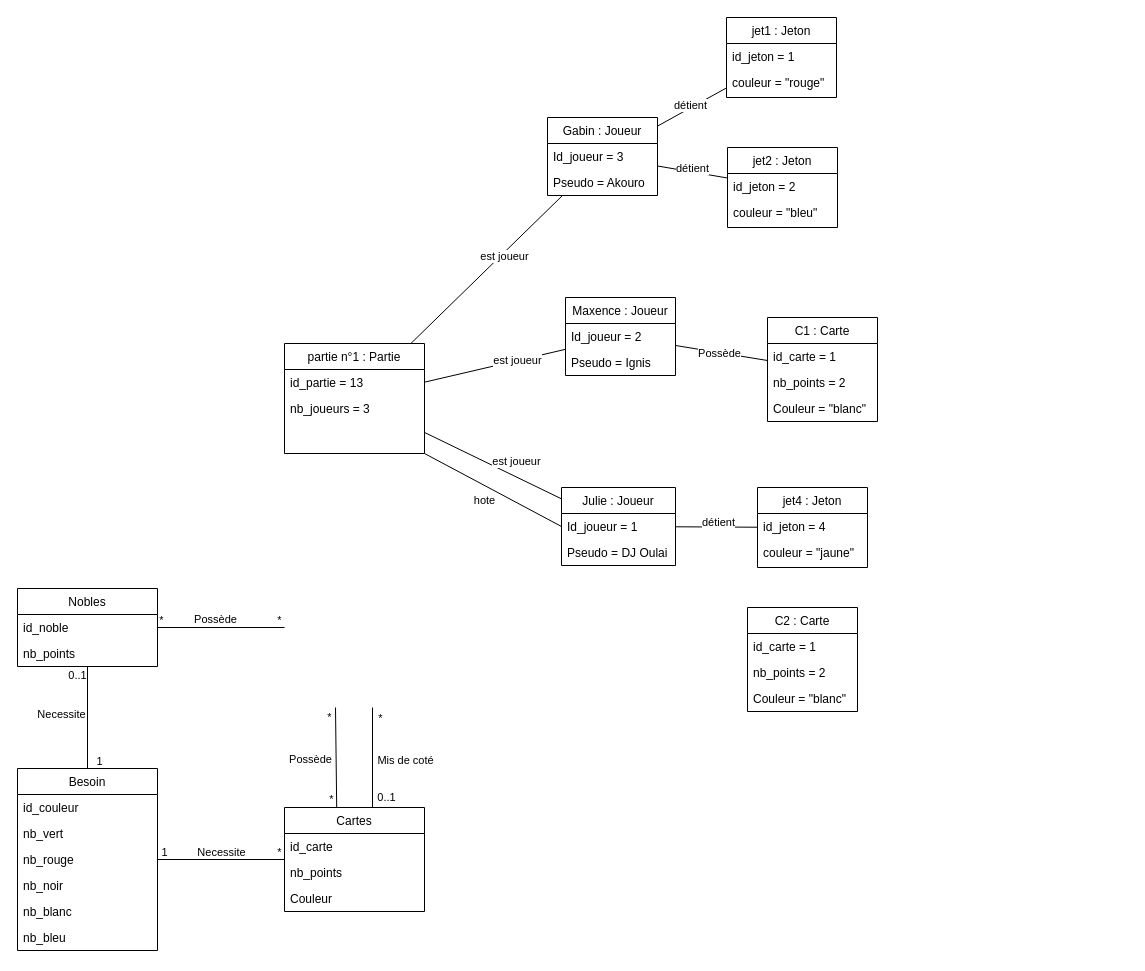
Above: Diagrammes/Diagramme objet.drawio in Igniiis/projet_splendor (draw.io), before the change. Source tidied: cells renumbered, new cells numbered last; positions are measured from the earlier drawing's top-left corner, leaving out a move shared by most shapes. Both pictures are drawn from the tidied source at 100%, with x=0, y=0 at pixel (17, 17).
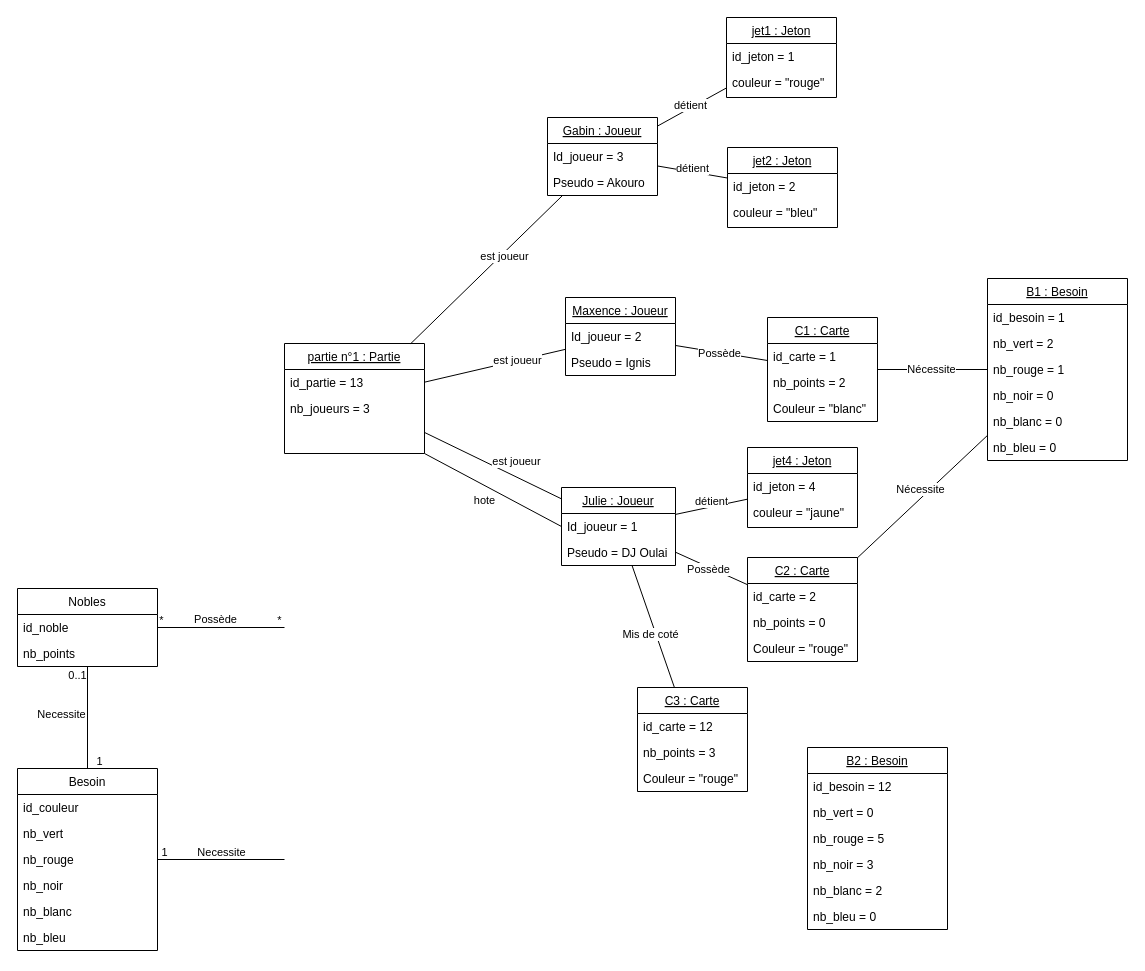
Above is the later version.

Commit message (it also covers changes not shown here):
Mettre à jour Diagramme objet.drawio

The change refers to these unchanged cells:
```xml
<mxCell id="28" value="Besoin" style="swimlane;fontStyle=0;align=center;verticalAlign=top;horizontal=1;startSize=26;rounded=0;shadow=0;strokeWidth=1;" parent="1" vertex="1">
  <mxGeometry y="751" width="140" height="182" as="geometry" />
</mxCell>
```

Change to the diagram source:
```diff
@@
-    <mxCell id="2" value="Cartes" style="swimlane;fontStyle=0;align=center;verticalAlign=top;horizontal=1;startSize=26;rounded=0;shadow=0;strokeWidth=1;" parent="1" vertex="1">
-      <mxGeometry x="267" y="790" width="140" height="104" as="geometry" />
-    </mxCell>
-    <mxCell id="3" value="id_carte" style="text;align=left;verticalAlign=top;spacingLeft=4;spacingRight=4;overflow=hidden;" parent="2" vertex="1">
-      <mxGeometry y="26" width="140" height="26" as="geometry" />
-    </mxCell>
-    <mxCell id="4" value="nb_points" style="text;align=left;verticalAlign=top;spacingLeft=4;spacingRight=4;overflow=hidden;" parent="2" vertex="1">
-      <mxGeometry y="52" width="140" height="26" as="geometry" />
-    </mxCell>
-    <mxCell id="5" value="Couleur" style="text;align=left;verticalAlign=top;spacingLeft=4;spacingRight=4;overflow=hidden;" parent="2" vertex="1">
-      <mxGeometry y="78" width="140" height="26" as="geometry" />
-    </mxCell>
-    <mxCell id="6" style="endArrow=none;html=1;rounded=0;" parent="1" edge="1">
-      <mxGeometry relative="1" as="geometry">
-        <mxPoint x="319.2" y="790" as="sourcePoint" />
-        <mxPoint x="318" y="690" as="targetPoint" />
-      </mxGeometry>
-    </mxCell>
-    <mxCell id="7" value="Possède" style="edgeLabel;html=1;align=center;verticalAlign=middle;" parent="6" vertex="1">
-      <mxGeometry x="0.11" y="2" relative="1" as="geometry">
-        <mxPoint x="-24" y="7" as="offset" />
-      </mxGeometry>
-    </mxCell>
-    <mxCell id="8" value="*" style="edgeLabel;html=1;align=center;verticalAlign=middle;" parent="6" vertex="1">
-      <mxGeometry x="0.89" y="1" relative="1" as="geometry">
-        <mxPoint x="-6" y="4" as="offset" />
-      </mxGeometry>
-    </mxCell>
-    <mxCell id="9" value="*" style="edgeLabel;html=1;align=center;verticalAlign=middle;" parent="6" vertex="1">
-      <mxGeometry x="-0.81" y="-3" relative="1" as="geometry">
-        <mxPoint x="-9" y="2" as="offset" />
-      </mxGeometry>
-    </mxCell>
-    <mxCell id="10" style="endArrow=none;html=1;rounded=0;" parent="1" edge="1">
-      <mxGeometry relative="1" as="geometry">
-        <mxPoint x="355" y="790" as="sourcePoint" />
-        <mxPoint x="355" y="690" as="targetPoint" />
-      </mxGeometry>
-    </mxCell>
-    <mxCell id="11" value="Mis de coté" style="edgeLabel;html=1;align=center;verticalAlign=middle;" parent="10" vertex="1">
-      <mxGeometry x="0.11" y="2" relative="1" as="geometry">
-        <mxPoint x="34" y="8" as="offset" />
-      </mxGeometry>
-    </mxCell>
-    <mxCell id="12" value="0..1" style="edgeLabel;html=1;align=center;verticalAlign=middle;" parent="10" vertex="1">
-      <mxGeometry x="0.75" relative="1" as="geometry">
-        <mxPoint x="13" y="77" as="offset" />
-      </mxGeometry>
-    </mxCell>
-    <mxCell id="13" value="*" style="edgeLabel;html=1;align=center;verticalAlign=middle;" parent="10" vertex="1">
-      <mxGeometry x="0.78" relative="1" as="geometry">
-        <mxPoint x="7" y="-1" as="offset" />
-      </mxGeometry>
-    </mxCell>
@@
-    <mxCell id="16" value="partie n°1 : Partie" style="swimlane;fontStyle=0;align=center;verticalAlign=top;horizontal=1;startSize=26;rounded=0;shadow=0;strokeWidth=1;" parent="1" vertex="1">
+    <mxCell id="16" value="partie n°1 : Partie" style="swimlane;fontStyle=4;align=center;verticalAlign=top;horizontal=1;startSize=26;rounded=0;shadow=0;strokeWidth=1;" parent="1" vertex="1">
       <mxGeometry x="267" y="326" width="140" height="110" as="geometry" />
     </mxCell>
@@
-    <mxCell id="39" style="endArrow=none;html=1;rounded=0;" parent="1" edge="1" source="2" target="28">
-      <mxGeometry relative="1" as="geometry" />
+    <mxCell id="39" style="endArrow=none;html=1;rounded=0;" parent="1" edge="1" target="28">
+      <mxGeometry relative="1" as="geometry">
+        <mxPoint x="267" y="842" as="sourcePoint" />
+      </mxGeometry>
     </mxCell>
@@
-    <mxCell id="42" value="*" style="edgeLabel;html=1;align=center;verticalAlign=middle;" parent="39" vertex="1">
-      <mxGeometry x="-0.81" y="-3" relative="1" as="geometry">
-        <mxPoint x="6" y="-5" as="offset" />
-      </mxGeometry>
-    </mxCell>
-    <mxCell id="43" value="Gabin : Joueur" style="swimlane;fontStyle=0;align=center;verticalAlign=top;horizontal=1;startSize=26;rounded=0;shadow=0;strokeWidth=1;" parent="1" vertex="1">
+    <mxCell id="43" value="Gabin : Joueur" style="swimlane;fontStyle=4;align=center;verticalAlign=top;horizontal=1;startSize=26;rounded=0;shadow=0;strokeWidth=1;" parent="1" vertex="1">
       <mxGeometry x="530" y="100" width="110" height="78" as="geometry" />
     </mxCell>
@@
-    <mxCell id="46" value="Maxence : Joueur" style="swimlane;fontStyle=0;align=center;verticalAlign=top;horizontal=1;startSize=26;rounded=0;shadow=0;strokeWidth=1;" parent="1" vertex="1">
+    <mxCell id="46" value="Maxence : Joueur" style="swimlane;fontStyle=4;align=center;verticalAlign=top;horizontal=1;startSize=26;rounded=0;shadow=0;strokeWidth=1;" parent="1" vertex="1">
       <mxGeometry x="548" y="280" width="110" height="78" as="geometry" />
     </mxCell>
@@
-    <mxCell id="49" value="Julie : Joueur" style="swimlane;fontStyle=0;align=center;verticalAlign=top;horizontal=1;startSize=26;rounded=0;shadow=0;strokeWidth=1;" parent="1" vertex="1">
+    <mxCell id="49" value="Julie : Joueur" style="swimlane;fontStyle=4;align=center;verticalAlign=top;horizontal=1;startSize=26;rounded=0;shadow=0;strokeWidth=1;" parent="1" vertex="1">
       <mxGeometry x="544" y="470" width="114" height="78" as="geometry" />
     </mxCell>
@@
-    <mxCell id="56" value="jet1 : Jeton" style="swimlane;fontStyle=0;align=center;verticalAlign=top;horizontal=1;startSize=26;rounded=0;shadow=0;strokeWidth=1;" parent="1" vertex="1">
+    <mxCell id="56" value="jet1 : Jeton" style="swimlane;fontStyle=4;align=center;verticalAlign=top;horizontal=1;startSize=26;rounded=0;shadow=0;strokeWidth=1;" parent="1" vertex="1">
       <mxGeometry x="709" width="110" height="80" as="geometry" />
     </mxCell>
@@
-    <mxCell id="59" value="jet2 : Jeton" style="swimlane;fontStyle=0;align=center;verticalAlign=top;horizontal=1;startSize=26;rounded=0;shadow=0;strokeWidth=1;" parent="1" vertex="1">
+    <mxCell id="59" value="jet2 : Jeton" style="swimlane;fontStyle=4;align=center;verticalAlign=top;horizontal=1;startSize=26;rounded=0;shadow=0;strokeWidth=1;" parent="1" vertex="1">
       <mxGeometry x="710" y="130" width="110" height="80" as="geometry" />
     </mxCell>
@@
-    <mxCell id="66" value="jet4 : Jeton" style="swimlane;fontStyle=0;align=center;verticalAlign=top;horizontal=1;startSize=26;rounded=0;shadow=0;strokeWidth=1;" parent="1" vertex="1">
-      <mxGeometry x="740" y="470" width="110" height="80" as="geometry" />
+    <mxCell id="66" value="jet4 : Jeton" style="swimlane;fontStyle=4;align=center;verticalAlign=top;horizontal=1;startSize=26;rounded=0;shadow=0;strokeWidth=1;" parent="1" vertex="1">
+      <mxGeometry x="730" y="430" width="110" height="80" as="geometry" />
     </mxCell>
@@
-    <mxCell id="71" value="C1 : Carte" style="swimlane;fontStyle=0;align=center;verticalAlign=top;horizontal=1;startSize=26;rounded=0;shadow=0;strokeWidth=1;" parent="1" vertex="1">
+    <mxCell id="71" value="C1 : Carte" style="swimlane;fontStyle=4;align=center;verticalAlign=top;horizontal=1;startSize=26;rounded=0;shadow=0;strokeWidth=1;" parent="1" vertex="1">
       <mxGeometry x="750" y="300" width="110" height="104" as="geometry" />
     </mxCell>
@@
-    <mxCell id="77" value="C2 : Carte" style="swimlane;fontStyle=0;align=center;verticalAlign=top;horizontal=1;startSize=26;rounded=0;shadow=0;strokeWidth=1;" parent="1" vertex="1">
-      <mxGeometry x="730" y="590" width="110" height="104" as="geometry" />
+    <mxCell id="77" value="C2 : Carte" style="swimlane;fontStyle=4;align=center;verticalAlign=top;horizontal=1;startSize=26;rounded=0;shadow=0;strokeWidth=1;" parent="1" vertex="1">
+      <mxGeometry x="730" y="540" width="110" height="104" as="geometry" />
     </mxCell>
-    <mxCell id="78" value="id_carte = 1" style="text;align=left;verticalAlign=top;spacingLeft=4;spacingRight=4;overflow=hidden;" parent="77" vertex="1">
+    <mxCell id="78" value="id_carte = 2" style="text;align=left;verticalAlign=top;spacingLeft=4;spacingRight=4;overflow=hidden;" parent="77" vertex="1">
       <mxGeometry y="26" width="110" height="26" as="geometry" />
     </mxCell>
-    <mxCell id="79" value="nb_points = 2" style="text;align=left;verticalAlign=top;spacingLeft=4;spacingRight=4;overflow=hidden;" parent="77" vertex="1">
+    <mxCell id="79" value="nb_points = 0" style="text;align=left;verticalAlign=top;spacingLeft=4;spacingRight=4;overflow=hidden;" parent="77" vertex="1">
       <mxGeometry y="52" width="110" height="26" as="geometry" />
     </mxCell>
-    <mxCell id="80" value="Couleur = &quot;blanc&quot;" style="text;align=left;verticalAlign=top;spacingLeft=4;spacingRight=4;overflow=hidden;" parent="77" vertex="1">
+    <mxCell id="80" value="Couleur = &quot;rouge&quot;" style="text;align=left;verticalAlign=top;spacingLeft=4;spacingRight=4;overflow=hidden;" parent="77" vertex="1">
       <mxGeometry y="78" width="110" height="26" as="geometry" />
     </mxCell>
+    <mxCell id="81" style="endArrow=none;html=1;rounded=0;" parent="1" edge="1" source="49" target="77">
+      <mxGeometry relative="1" as="geometry" />
+    </mxCell>
+    <mxCell id="7" value="Possède" style="edgeLabel;html=1;align=center;verticalAlign=middle;" parent="81" vertex="1">
+      <mxGeometry x="0.11" y="2" relative="1" as="geometry">
+        <mxPoint x="-8" y="1" as="offset" />
+      </mxGeometry>
+    </mxCell>
+    <mxCell id="82" value="C3 : Carte" style="swimlane;fontStyle=4;align=center;verticalAlign=top;horizontal=1;startSize=26;rounded=0;shadow=0;strokeWidth=1;" parent="1" vertex="1">
+      <mxGeometry x="620" y="670" width="110" height="104" as="geometry" />
+    </mxCell>
+    <mxCell id="83" value="id_carte = 12" style="text;align=left;verticalAlign=top;spacingLeft=4;spacingRight=4;overflow=hidden;" parent="82" vertex="1">
+      <mxGeometry y="26" width="110" height="26" as="geometry" />
+    </mxCell>
+    <mxCell id="84" value="nb_points = 3" style="text;align=left;verticalAlign=top;spacingLeft=4;spacingRight=4;overflow=hidden;" parent="82" vertex="1">
+      <mxGeometry y="52" width="110" height="26" as="geometry" />
+    </mxCell>
+    <mxCell id="85" value="Couleur = &quot;rouge&quot;" style="text;align=left;verticalAlign=top;spacingLeft=4;spacingRight=4;overflow=hidden;" parent="82" vertex="1">
+      <mxGeometry y="78" width="110" height="26" as="geometry" />
+    </mxCell>
+    <mxCell id="86" style="endArrow=none;html=1;rounded=0;" parent="1" edge="1" source="49" target="82">
+      <mxGeometry relative="1" as="geometry" />
+    </mxCell>
+    <mxCell id="11" value="Mis de coté" style="edgeLabel;html=1;align=center;verticalAlign=middle;" parent="86" vertex="1">
+      <mxGeometry x="0.11" y="2" relative="1" as="geometry">
+        <mxPoint x="-8" y="1" as="offset" />
+      </mxGeometry>
+    </mxCell>
+    <mxCell id="87" value="B1 : Besoin" style="swimlane;fontStyle=4;align=center;verticalAlign=top;horizontal=1;startSize=26;rounded=0;shadow=0;strokeWidth=1;" parent="1" vertex="1">
+      <mxGeometry x="970" y="261" width="140" height="182" as="geometry" />
+    </mxCell>
+    <mxCell id="88" value="id_besoin = 1" style="text;align=left;verticalAlign=top;spacingLeft=4;spacingRight=4;overflow=hidden;" parent="87" vertex="1">
+      <mxGeometry y="26" width="140" height="26" as="geometry" />
+    </mxCell>
+    <mxCell id="89" value="nb_vert = 2" style="text;align=left;verticalAlign=top;spacingLeft=4;spacingRight=4;overflow=hidden;" parent="87" vertex="1">
+      <mxGeometry y="52" width="140" height="26" as="geometry" />
+    </mxCell>
+    <mxCell id="90" value="nb_rouge = 1" style="text;align=left;verticalAlign=top;spacingLeft=4;spacingRight=4;overflow=hidden;" parent="87" vertex="1">
+      <mxGeometry y="78" width="140" height="26" as="geometry" />
+    </mxCell>
+    <mxCell id="91" value="nb_noir = 0" style="text;align=left;verticalAlign=top;spacingLeft=4;spacingRight=4;overflow=hidden;" parent="87" vertex="1">
+      <mxGeometry y="104" width="140" height="26" as="geometry" />
+    </mxCell>
+    <mxCell id="92" value="nb_blanc = 0" style="text;align=left;verticalAlign=top;spacingLeft=4;spacingRight=4;overflow=hidden;" parent="87" vertex="1">
+      <mxGeometry y="130" width="140" height="26" as="geometry" />
+    </mxCell>
+    <mxCell id="93" value="nb_bleu = 0" style="text;align=left;verticalAlign=top;spacingLeft=4;spacingRight=4;overflow=hidden;" parent="87" vertex="1">
+      <mxGeometry y="156" width="140" height="26" as="geometry" />
+    </mxCell>
+    <mxCell id="94" style="endArrow=none;html=1;rounded=0;" parent="1" edge="1" source="71" target="87">
+      <mxGeometry relative="1" as="geometry" />
+    </mxCell>
+    <mxCell id="95" value="Nécessite" style="edgeLabel;html=1;align=center;verticalAlign=middle;" parent="94" vertex="1">
+      <mxGeometry x="0.11" y="2" relative="1" as="geometry">
+        <mxPoint x="-8" y="1" as="offset" />
+      </mxGeometry>
+    </mxCell>
+    <mxCell id="96" style="endArrow=none;html=1;rounded=0;" parent="1" edge="1" source="77" target="87">
+      <mxGeometry relative="1" as="geometry" />
+    </mxCell>
+    <mxCell id="97" value="Nécessite" style="edgeLabel;html=1;align=center;verticalAlign=middle;" parent="96" vertex="1">
+      <mxGeometry x="0.11" y="2" relative="1" as="geometry">
+        <mxPoint x="-8" y="1" as="offset" />
+      </mxGeometry>
+    </mxCell>
+    <mxCell id="98" value="B2 : Besoin" style="swimlane;fontStyle=4;align=center;verticalAlign=top;horizontal=1;startSize=26;rounded=0;shadow=0;strokeWidth=1;" parent="1" vertex="1">
+      <mxGeometry x="790" y="730" width="140" height="182" as="geometry" />
+    </mxCell>
+    <mxCell id="99" value="id_besoin = 12" style="text;align=left;verticalAlign=top;spacingLeft=4;spacingRight=4;overflow=hidden;" parent="98" vertex="1">
+      <mxGeometry y="26" width="140" height="26" as="geometry" />
+    </mxCell>
+    <mxCell id="100" value="nb_vert = 0" style="text;align=left;verticalAlign=top;spacingLeft=4;spacingRight=4;overflow=hidden;" parent="98" vertex="1">
+      <mxGeometry y="52" width="140" height="26" as="geometry" />
+    </mxCell>
+    <mxCell id="101" value="nb_rouge = 5" style="text;align=left;verticalAlign=top;spacingLeft=4;spacingRight=4;overflow=hidden;" parent="98" vertex="1">
+      <mxGeometry y="78" width="140" height="26" as="geometry" />
+    </mxCell>
+    <mxCell id="102" value="nb_noir = 3" style="text;align=left;verticalAlign=top;spacingLeft=4;spacingRight=4;overflow=hidden;" parent="98" vertex="1">
+      <mxGeometry y="104" width="140" height="26" as="geometry" />
+    </mxCell>
+    <mxCell id="103" value="nb_blanc = 2" style="text;align=left;verticalAlign=top;spacingLeft=4;spacingRight=4;overflow=hidden;" parent="98" vertex="1">
+      <mxGeometry y="130" width="140" height="26" as="geometry" />
+    </mxCell>
+    <mxCell id="104" value="nb_bleu = 0" style="text;align=left;verticalAlign=top;spacingLeft=4;spacingRight=4;overflow=hidden;" parent="98" vertex="1">
+      <mxGeometry y="156" width="140" height="26" as="geometry" />
+    </mxCell>
```
